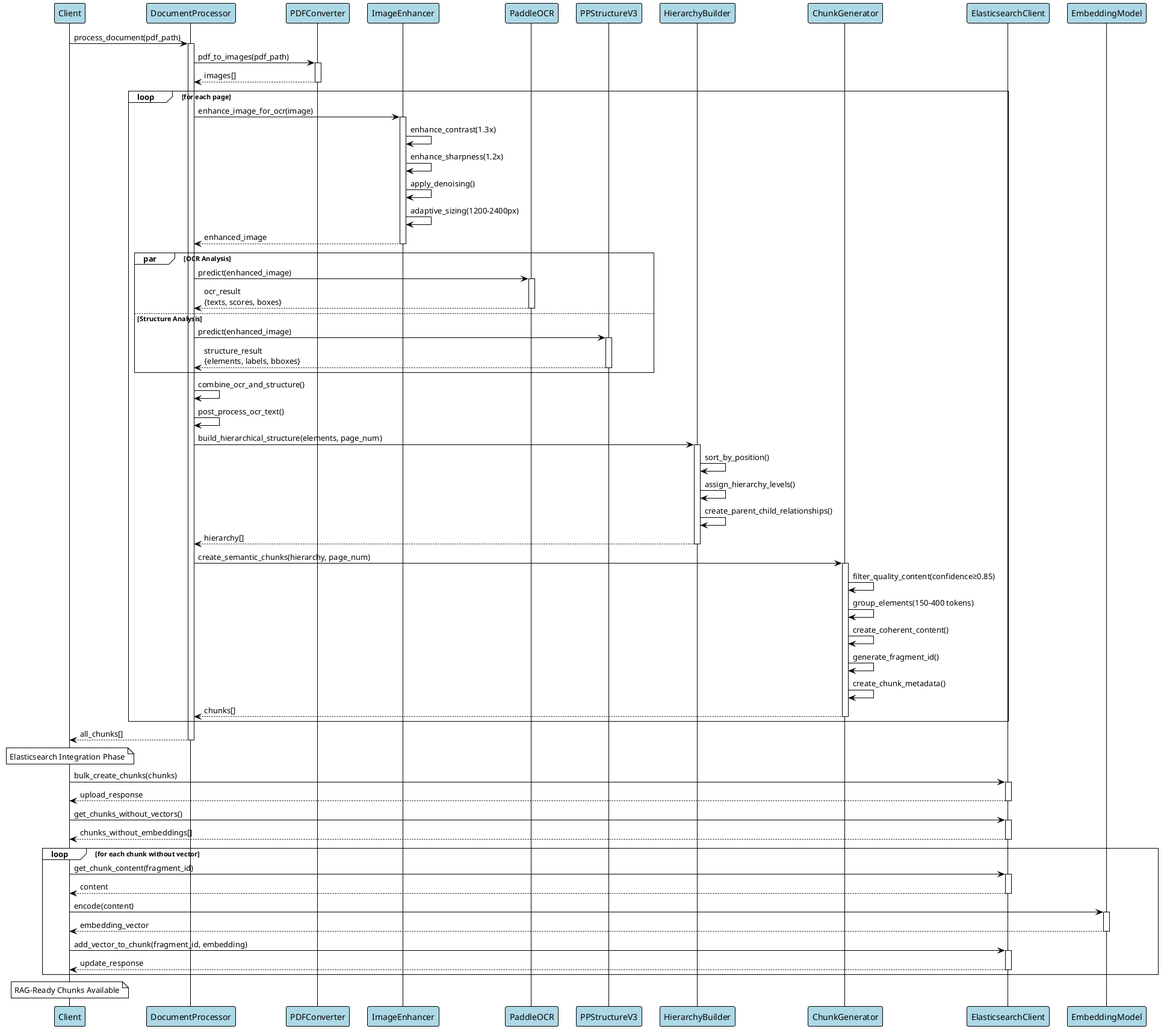
The PlantUML diagram diagrams/Enhanced Document Processor Sequence Diagram.png in devulogi/customocr, before a commit.
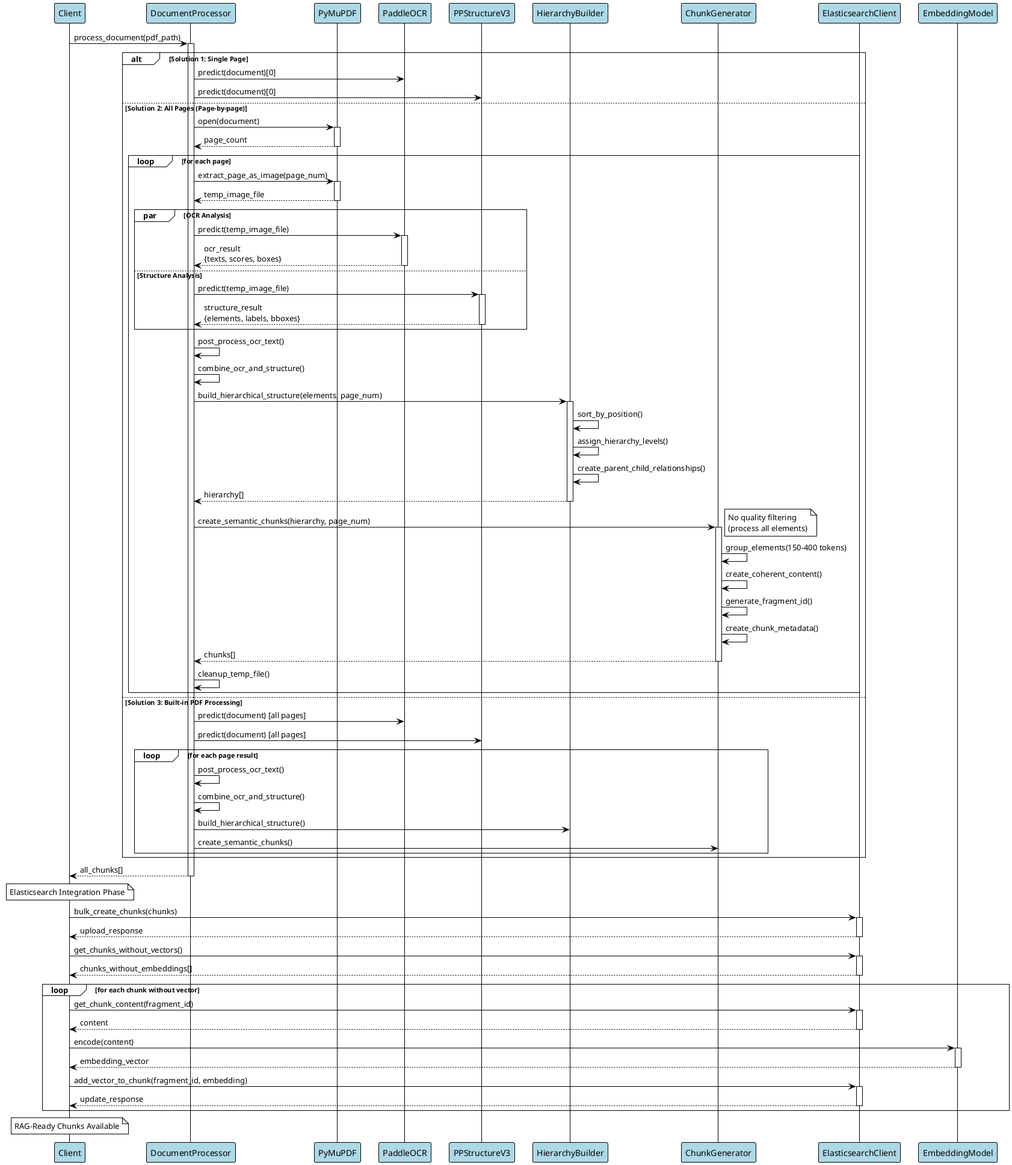
The same diagram one commit later.

Commit message:
docs: update diagrams to reflect multi-page processing changes

What changed in the source:
```diff
@@ -7,8 +7,7 @@
 
 participant "Client" as C
 participant "DocumentProcessor" as DP
-participant "PDFConverter" as PDF
-participant "ImageEnhancer" as IE
+participant "PyMuPDF" as PDF
 participant "PaddleOCR" as OCR
 participant "PPStructureV3" as PS
 participant "HierarchyBuilder" as HB
@@ -19,53 +18,66 @@
 C -> DP: process_document(pdf_path)
 activate DP
 
-DP -> PDF: pdf_to_images(pdf_path)
-activate PDF
-PDF --> DP: images[]
-deactivate PDF
+alt Solution 1: Single Page
+    DP -> OCR: predict(document)[0]
+    DP -> PS: predict(document)[0]
+else Solution 2: All Pages (Page-by-page)
+    DP -> PDF: open(document)
+    activate PDF
+    PDF --> DP: page_count
+    deactivate PDF
 
-loop for each page
-    DP -> IE: enhance_image_for_ocr(image)
-    activate IE
-    IE -> IE: enhance_contrast(1.3x)
-    IE -> IE: enhance_sharpness(1.2x)
-    IE -> IE: apply_denoising()
-    IE -> IE: adaptive_sizing(1200-2400px)
-    IE --> DP: enhanced_image
-    deactivate IE
+    loop for each page
+        DP -> PDF: extract_page_as_image(page_num)
+        activate PDF
+        PDF --> DP: temp_image_file
+        deactivate PDF
 
-    par OCR Analysis
-        DP -> OCR: predict(enhanced_image)
-        activate OCR
-        OCR --> DP: ocr_result\n{texts, scores, boxes}
-        deactivate OCR
-    else Structure Analysis
-        DP -> PS: predict(enhanced_image)
-        activate PS
-        PS --> DP: structure_result\n{elements, labels, bboxes}
-        deactivate PS
+        par OCR Analysis
+            DP -> OCR: predict(temp_image_file)
+            activate OCR
+            OCR --> DP: ocr_result\n{texts, scores, boxes}
+            deactivate OCR
+        else Structure Analysis
+            DP -> PS: predict(temp_image_file)
+            activate PS
+            PS --> DP: structure_result\n{elements, labels, bboxes}
+            deactivate PS
+        end
+
+        DP -> DP: post_process_ocr_text()
+        DP -> DP: combine_ocr_and_structure()
+
+        DP -> HB: build_hierarchical_structure(elements, page_num)
+        activate HB
+        HB -> HB: sort_by_position()
+        HB -> HB: assign_hierarchy_levels()
+        HB -> HB: create_parent_child_relationships()
+        HB --> DP: hierarchy[]
+        deactivate HB
+
+        DP -> CG: create_semantic_chunks(hierarchy, page_num)
+        activate CG
+        note right: No quality filtering\n(process all elements)
+        CG -> CG: group_elements(150-400 tokens)
+        CG -> CG: create_coherent_content()
+        CG -> CG: generate_fragment_id()
+        CG -> CG: create_chunk_metadata()
+        CG --> DP: chunks[]
+        deactivate CG
+
+        DP -> DP: cleanup_temp_file()
     end
+else Solution 3: Built-in PDF Processing
+    DP -> OCR: predict(document) [all pages]
+    DP -> PS: predict(document) [all pages]
 
-    DP -> DP: combine_ocr_and_structure()
-    DP -> DP: post_process_ocr_text()
-
-    DP -> HB: build_hierarchical_structure(elements, page_num)
-    activate HB
-    HB -> HB: sort_by_position()
-    HB -> HB: assign_hierarchy_levels()
-    HB -> HB: create_parent_child_relationships()
-    HB --> DP: hierarchy[]
-    deactivate HB
-
-    DP -> CG: create_semantic_chunks(hierarchy, page_num)
-    activate CG
-    CG -> CG: filter_quality_content(confidence≥0.85)
-    CG -> CG: group_elements(150-400 tokens)
-    CG -> CG: create_coherent_content()
-    CG -> CG: generate_fragment_id()
-    CG -> CG: create_chunk_metadata()
-    CG --> DP: chunks[]
-    deactivate CG
+    loop for each page result
+        DP -> DP: post_process_ocr_text()
+        DP -> DP: combine_ocr_and_structure()
+        DP -> HB: build_hierarchical_structure()
+        DP -> CG: create_semantic_chunks()
+    end
 end
 
 DP --> C: all_chunks[]
```
